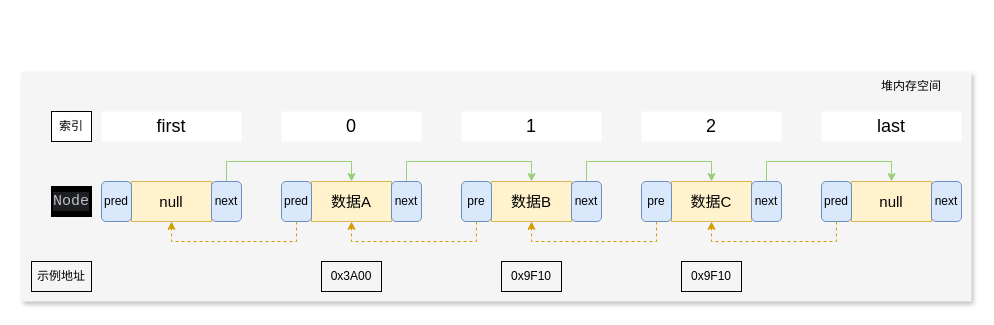
This is LinkedList-structure.drawio from qingyunlyp/resource, a draw.io file, before an edit. Source tidied: cells renumbered, new cells numbered last; positions are measured from the earlier drawing's top-left corner, leaving out a move shared by most shapes. Both pictures are drawn from the tidied source at 100%, with x=0, y=0 at pixel (21, 71).
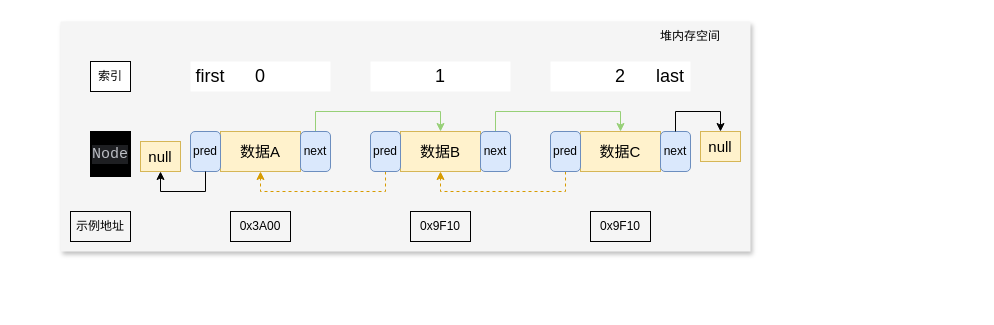
Above is the later version.

The change refers to these unchanged cells:
```xml
<mxCell id="8" value="&lt;font style=&quot;font-size: 15px;&quot;&gt;数据B&lt;/font&gt;" style="rounded=0;whiteSpace=wrap;html=1;fillColor=#fff2cc;strokeColor=#d6b656;" parent="7" vertex="1">
  <mxGeometry x="30" width="80" height="40" as="geometry" />
</mxCell>
<mxCell id="10" value="next" style="rounded=1;whiteSpace=wrap;html=1;fillColor=#dae8fc;strokeColor=#6c8ebf;" parent="7" vertex="1">
  <mxGeometry x="110" width="30" height="40" as="geometry" />
</mxCell>
<mxCell id="12" value="&lt;font style=&quot;font-size: 15px;&quot;&gt;数据A&lt;/font&gt;" style="rounded=0;whiteSpace=wrap;html=1;fillColor=#fff2cc;strokeColor=#d6b656;" parent="11" vertex="1">
  <mxGeometry x="30" width="80" height="40" as="geometry" />
</mxCell>
<mxCell id="13" value="pred" style="rounded=1;whiteSpace=wrap;html=1;fillColor=#dae8fc;strokeColor=#6c8ebf;" parent="11" vertex="1">
  <mxGeometry width="30" height="40" as="geometry" />
</mxCell>
<mxCell id="14" value="next" style="rounded=1;whiteSpace=wrap;html=1;fillColor=#dae8fc;strokeColor=#6c8ebf;" parent="11" vertex="1">
  <mxGeometry x="110" width="30" height="40" as="geometry" />
</mxCell>
<mxCell id="16" value="&lt;font style=&quot;font-size: 15px;&quot;&gt;数据C&lt;/font&gt;" style="rounded=0;whiteSpace=wrap;html=1;fillColor=#fff2cc;strokeColor=#d6b656;" parent="15" vertex="1">
  <mxGeometry x="30" width="80" height="40" as="geometry" />
</mxCell>
<mxCell id="18" value="next" style="rounded=1;whiteSpace=wrap;html=1;fillColor=#dae8fc;strokeColor=#6c8ebf;" parent="15" vertex="1">
  <mxGeometry x="110" width="30" height="40" as="geometry" />
</mxCell>
```

Diff of the diagram source:
```diff
@@
+    <mxCell id="43" style="group;" parent="1" vertex="1">
+      <mxGeometry x="39" y="-50" width="690" height="230" as="geometry" />
+    </mxCell>
-    <mxCell id="2" style="verticalLabelPosition=bottom;verticalAlign=top;html=1;shape=mxgraph.basic.rect;fillColor2=none;strokeWidth=1;size=20;indent=5;fillColor=#f5f5f5;shadow=1;strokeColor=none;fontColor=#333333;" parent="1" vertex="1">
-      <mxGeometry width="950" height="230" as="geometry" />
+    <mxCell id="2" style="verticalLabelPosition=bottom;verticalAlign=top;html=1;shape=mxgraph.basic.rect;fillColor2=none;strokeWidth=1;size=20;indent=5;fillColor=#f5f5f5;shadow=1;strokeColor=none;fontColor=#333333;" parent="43" vertex="1">
+      <mxGeometry width="690" height="230" as="geometry" />
     </mxCell>
-    <mxCell id="3" style="edgeStyle=orthogonalEdgeStyle;rounded=0;jettySize=auto;html=1;entryX=0.5;entryY=0;entryDx=0;entryDy=0;strokeColor=#97D077;exitX=0.5;exitY=0;exitDx=0;exitDy=0;" parent="1" edge="1" source="14" target="8">
+    <mxCell id="3" style="edgeStyle=orthogonalEdgeStyle;rounded=0;jettySize=auto;html=1;entryX=0.5;entryY=0;entryDx=0;entryDy=0;strokeColor=#97D077;exitX=0.5;exitY=0;exitDx=0;exitDy=0;" parent="43" edge="1" source="14" target="8">
       <mxGeometry relative="1" as="geometry" />
     </mxCell>
-    <mxCell id="4" style="edgeStyle=orthogonalEdgeStyle;rounded=0;jettySize=auto;html=1;entryX=0.5;entryY=1;entryDx=0;entryDy=0;strokeColor=#d79b00;dashed=1;exitX=0.5;exitY=1;exitDx=0;exitDy=0;fillColor=#ffe6cc;" parent="1" edge="1" source="9" target="12">
+    <mxCell id="4" style="edgeStyle=orthogonalEdgeStyle;rounded=0;jettySize=auto;html=1;entryX=0.5;entryY=1;entryDx=0;entryDy=0;strokeColor=#d79b00;dashed=1;exitX=0.5;exitY=1;exitDx=0;exitDy=0;fillColor=#ffe6cc;" parent="43" edge="1" source="9" target="12">
       <mxGeometry relative="1" as="geometry" />
     </mxCell>
-    <mxCell id="5" style="edgeStyle=orthogonalEdgeStyle;rounded=0;jettySize=auto;html=1;entryX=0.5;entryY=0;entryDx=0;entryDy=0;strokeColor=#97D077;exitX=0.5;exitY=0;exitDx=0;exitDy=0;" parent="1" edge="1" source="10" target="16">
+    <mxCell id="5" style="edgeStyle=orthogonalEdgeStyle;rounded=0;jettySize=auto;html=1;entryX=0.5;entryY=0;entryDx=0;entryDy=0;strokeColor=#97D077;exitX=0.5;exitY=0;exitDx=0;exitDy=0;" parent="43" edge="1" source="10" target="16">
       <mxGeometry relative="1" as="geometry" />
     </mxCell>
-    <mxCell id="6" style="edgeStyle=orthogonalEdgeStyle;rounded=0;jettySize=auto;html=1;entryX=0.5;entryY=1;entryDx=0;entryDy=0;strokeColor=#d79b00;dashed=1;exitX=0.5;exitY=1;exitDx=0;exitDy=0;fillColor=#ffe6cc;" parent="1" edge="1" source="17" target="8">
+    <mxCell id="6" style="edgeStyle=orthogonalEdgeStyle;rounded=0;jettySize=auto;html=1;entryX=0.5;entryY=1;entryDx=0;entryDy=0;strokeColor=#d79b00;dashed=1;exitX=0.5;exitY=1;exitDx=0;exitDy=0;fillColor=#ffe6cc;" parent="43" edge="1" source="17" target="8">
       <mxGeometry relative="1" as="geometry">
         <Array as="points">
-          <mxPoint x="635" y="170" />
-          <mxPoint x="510" y="170" />
+          <mxPoint x="505" y="170" />
+          <mxPoint x="380" y="170" />
         </Array>
       </mxGeometry>
     </mxCell>
-    <mxCell id="7" style="group;fontSize=18;" parent="1" vertex="1">
-      <mxGeometry x="440" y="110" width="140" height="40" as="geometry" />
+    <mxCell id="7" style="group;fontSize=18;" parent="43" vertex="1">
+      <mxGeometry x="310" y="110" width="140" height="40" as="geometry" />
     </mxCell>
@@
-    <mxCell id="9" value="pre" style="rounded=1;whiteSpace=wrap;html=1;fillColor=#dae8fc;strokeColor=#6c8ebf;" parent="7" vertex="1">
+    <mxCell id="9" value="pred" style="rounded=1;whiteSpace=wrap;html=1;fillColor=#dae8fc;strokeColor=#6c8ebf;" parent="7" vertex="1">
       <mxGeometry width="30" height="40" as="geometry" />
     </mxCell>
@@
-    <mxCell id="11" style="group;fontSize=18;" parent="1" vertex="1">
-      <mxGeometry x="260" y="110" width="140" height="40" as="geometry" />
+    <mxCell id="11" style="group;fontSize=18;" parent="43" vertex="1">
+      <mxGeometry x="130" y="110" width="140" height="40" as="geometry" />
     </mxCell>
@@
-    <mxCell id="15" style="group;fontSize=18;" parent="1" vertex="1">
-      <mxGeometry x="620" y="110" width="140" height="40" as="geometry" />
+    <mxCell id="15" style="group;fontSize=18;" parent="43" vertex="1">
+      <mxGeometry x="490" y="110" width="140" height="40" as="geometry" />
     </mxCell>
@@
-    <mxCell id="17" value="pre" style="rounded=1;whiteSpace=wrap;html=1;fillColor=#dae8fc;strokeColor=#6c8ebf;" parent="15" vertex="1">
+    <mxCell id="17" value="pred" style="rounded=1;whiteSpace=wrap;html=1;fillColor=#dae8fc;strokeColor=#6c8ebf;" parent="15" vertex="1">
       <mxGeometry width="30" height="40" as="geometry" />
     </mxCell>
@@
-    <mxCell id="19" style="group;fontSize=18;" parent="1" vertex="1">
-      <mxGeometry x="80" y="110" width="140" height="40" as="geometry" />
-    </mxCell>
-    <mxCell id="20" value="&lt;font style=&quot;font-size: 15px;&quot;&gt;null&lt;/font&gt;" style="rounded=0;whiteSpace=wrap;html=1;fillColor=#fff2cc;strokeColor=#d6b656;" parent="19" vertex="1">
-      <mxGeometry x="30" width="80" height="40" as="geometry" />
-    </mxCell>
-    <mxCell id="21" value="pred" style="rounded=1;whiteSpace=wrap;html=1;fillColor=#dae8fc;strokeColor=#6c8ebf;" parent="19" vertex="1">
-      <mxGeometry width="30" height="40" as="geometry" />
-    </mxCell>
-    <mxCell id="22" value="next" style="rounded=1;whiteSpace=wrap;html=1;fillColor=#dae8fc;strokeColor=#6c8ebf;" parent="19" vertex="1">
-      <mxGeometry x="110" width="30" height="40" as="geometry" />
-    </mxCell>
-    <mxCell id="23" style="group;fontSize=18;" parent="1" vertex="1">
-      <mxGeometry x="800" y="110" width="140" height="40" as="geometry" />
-    </mxCell>
-    <mxCell id="24" value="&lt;font style=&quot;font-size: 15px;&quot;&gt;null&lt;/font&gt;" style="rounded=0;whiteSpace=wrap;html=1;fillColor=#fff2cc;strokeColor=#d6b656;" parent="23" vertex="1">
-      <mxGeometry x="30" width="80" height="40" as="geometry" />
-    </mxCell>
-    <mxCell id="25" value="pred" style="rounded=1;whiteSpace=wrap;html=1;fillColor=#dae8fc;strokeColor=#6c8ebf;" parent="23" vertex="1">
-      <mxGeometry width="30" height="40" as="geometry" />
-    </mxCell>
-    <mxCell id="26" value="next" style="rounded=1;whiteSpace=wrap;html=1;fillColor=#dae8fc;strokeColor=#6c8ebf;" parent="23" vertex="1">
-      <mxGeometry x="110" width="30" height="40" as="geometry" />
-    </mxCell>
-    <mxCell id="27" style="edgeStyle=orthogonalEdgeStyle;rounded=0;jettySize=auto;html=1;entryX=0.5;entryY=0;entryDx=0;entryDy=0;exitX=0.5;exitY=0;exitDx=0;exitDy=0;strokeColor=#97D077;" parent="1" edge="1" source="22" target="12">
-      <mxGeometry relative="1" as="geometry" />
-    </mxCell>
-    <mxCell id="28" style="edgeStyle=orthogonalEdgeStyle;rounded=0;jettySize=auto;html=1;entryX=0.5;entryY=1;entryDx=0;entryDy=0;exitX=0.5;exitY=1;exitDx=0;exitDy=0;strokeColor=#d79b00;dashed=1;fillColor=#ffe6cc;" parent="1" edge="1" source="13" target="20">
-      <mxGeometry relative="1" as="geometry" />
-    </mxCell>
-    <mxCell id="29" style="edgeStyle=orthogonalEdgeStyle;rounded=0;jettySize=auto;html=1;entryX=0.5;entryY=0;entryDx=0;entryDy=0;strokeColor=#97D077;" parent="1" edge="1" source="18" target="24">
+    <mxCell id="29" style="edgeStyle=orthogonalEdgeStyle;rounded=0;jettySize=auto;html=1;entryX=0.5;entryY=0;entryDx=0;entryDy=0;strokeColor=#000000;" parent="43" edge="1" source="18" target="24">
       <mxGeometry relative="1" as="geometry">
         <Array as="points">
-          <mxPoint x="745" y="90" />
-          <mxPoint x="870" y="90" />
+          <mxPoint x="615" y="90" />
+          <mxPoint x="660" y="90" />
         </Array>
       </mxGeometry>
     </mxCell>
-    <mxCell id="30" style="edgeStyle=orthogonalEdgeStyle;rounded=0;jettySize=auto;html=1;entryX=0.5;entryY=1;entryDx=0;entryDy=0;fillColor=#ffe6cc;strokeColor=#d79b00;dashed=1;" parent="1" edge="1" source="25" target="16">
-      <mxGeometry relative="1" as="geometry">
-        <Array as="points">
-          <mxPoint x="815" y="170" />
-          <mxPoint x="690" y="170" />
-        </Array>
-      </mxGeometry>
-    </mxCell>
-    <mxCell id="31" value="索引" style="rounded=0;whiteSpace=wrap;html=1;" parent="1" vertex="1">
+    <mxCell id="31" value="索引" style="rounded=0;whiteSpace=wrap;html=1;" parent="43" vertex="1">
       <mxGeometry x="30" y="40" width="40" height="30" as="geometry" />
     </mxCell>
-    <mxCell id="32" value="first" style="rounded=0;whiteSpace=wrap;html=1;strokeColor=none;fontSize=18;" parent="1" vertex="1">
-      <mxGeometry x="80" y="40" width="140" height="30" as="geometry" />
-    </mxCell>
-    <mxCell id="33" value="0" style="rounded=0;whiteSpace=wrap;html=1;strokeColor=none;fontSize=18;" parent="1" vertex="1">
-      <mxGeometry x="260" y="40" width="140" height="30" as="geometry" />
+    <mxCell id="33" value="0" style="rounded=0;whiteSpace=wrap;html=1;strokeColor=none;fontSize=18;" parent="43" vertex="1">
+      <mxGeometry x="130" y="40" width="140" height="30" as="geometry" />
     </mxCell>
-    <mxCell id="34" value="1" style="rounded=0;whiteSpace=wrap;html=1;strokeColor=none;fontSize=18;" parent="1" vertex="1">
-      <mxGeometry x="440" y="40" width="140" height="30" as="geometry" />
+    <mxCell id="34" value="1" style="rounded=0;whiteSpace=wrap;html=1;strokeColor=none;fontSize=18;" parent="43" vertex="1">
+      <mxGeometry x="310" y="40" width="140" height="30" as="geometry" />
     </mxCell>
-    <mxCell id="35" value="2" style="rounded=0;whiteSpace=wrap;html=1;strokeColor=none;fontSize=18;" parent="1" vertex="1">
-      <mxGeometry x="620" y="40" width="140" height="30" as="geometry" />
+    <mxCell id="35" value="2" style="rounded=0;whiteSpace=wrap;html=1;strokeColor=none;fontSize=18;" parent="43" vertex="1">
+      <mxGeometry x="490" y="40" width="140" height="30" as="geometry" />
     </mxCell>
-    <mxCell id="36" value="last" style="rounded=0;whiteSpace=wrap;html=1;strokeColor=none;fontSize=18;" parent="1" vertex="1">
-      <mxGeometry x="800" y="40" width="140" height="30" as="geometry" />
+    <mxCell id="36" value="last" style="rounded=0;whiteSpace=wrap;html=1;strokeColor=none;fontSize=18;fillColor=none;" parent="43" vertex="1">
+      <mxGeometry x="590" y="40" width="40" height="30" as="geometry" />
     </mxCell>
-    <mxCell id="37" value="&lt;div style=&quot;background-color:#1e1f22;color:#bcbec4&quot;&gt;&lt;pre style=&quot;font-family:'JetBrains Mono',monospace;font-size:11.3pt;&quot;&gt;Node&lt;/pre&gt;&lt;/div&gt;" style="rounded=0;whiteSpace=wrap;html=1;fillColor=#000000;" parent="1" vertex="1">
-      <mxGeometry x="30" y="115" width="40" height="30" as="geometry" />
+    <mxCell id="37" value="&lt;div style=&quot;background-color:#1e1f22;color:#bcbec4&quot;&gt;&lt;pre style=&quot;font-family:'JetBrains Mono',monospace;font-size:11.3pt;&quot;&gt;Node&lt;/pre&gt;&lt;/div&gt;" style="rounded=0;whiteSpace=wrap;html=1;fillColor=#000000;" parent="43" vertex="1">
+      <mxGeometry x="30" y="110" width="40" height="45" as="geometry" />
     </mxCell>
-    <mxCell id="38" value="示例地址" style="rounded=0;whiteSpace=wrap;html=1;fillColor=none;" parent="1" vertex="1">
+    <mxCell id="38" value="示例地址" style="rounded=0;whiteSpace=wrap;html=1;fillColor=none;" parent="43" vertex="1">
       <mxGeometry x="10" y="190" width="60" height="30" as="geometry" />
     </mxCell>
-    <mxCell id="39" value="0x3A00" style="rounded=0;whiteSpace=wrap;html=1;fillColor=none;" parent="1" vertex="1">
-      <mxGeometry x="300" y="190" width="60" height="30" as="geometry" />
+    <mxCell id="39" value="0x3A00" style="rounded=0;whiteSpace=wrap;html=1;fillColor=none;" parent="43" vertex="1">
+      <mxGeometry x="170" y="190" width="60" height="30" as="geometry" />
     </mxCell>
-    <mxCell id="40" value="0x9F10" style="rounded=0;whiteSpace=wrap;html=1;fillColor=none;" parent="1" vertex="1">
-      <mxGeometry x="480" y="190" width="60" height="30" as="geometry" />
+    <mxCell id="40" value="0x9F10" style="rounded=0;whiteSpace=wrap;html=1;fillColor=none;" parent="43" vertex="1">
+      <mxGeometry x="350" y="190" width="60" height="30" as="geometry" />
     </mxCell>
-    <mxCell id="41" value="0x9F10" style="rounded=0;whiteSpace=wrap;html=1;fillColor=none;" parent="1" vertex="1">
-      <mxGeometry x="660" y="190" width="60" height="30" as="geometry" />
+    <mxCell id="41" value="0x9F10" style="rounded=0;whiteSpace=wrap;html=1;fillColor=none;" parent="43" vertex="1">
+      <mxGeometry x="530" y="190" width="60" height="30" as="geometry" />
     </mxCell>
-    <mxCell id="42" value="堆内存空间" style="text;html=1;whiteSpace=wrap;strokeColor=none;fillColor=none;align=center;verticalAlign=middle;rounded=0;" parent="1" vertex="1">
-      <mxGeometry x="840" width="100" height="30" as="geometry" />
+    <mxCell id="42" value="堆内存空间" style="text;html=1;whiteSpace=wrap;strokeColor=none;fillColor=none;align=center;verticalAlign=middle;rounded=0;" parent="43" vertex="1">
+      <mxGeometry x="580" width="100" height="30" as="geometry" />
     </mxCell>
+    <mxCell id="20" value="&lt;font style=&quot;font-size: 15px;&quot;&gt;null&lt;/font&gt;" style="rounded=0;whiteSpace=wrap;html=1;fillColor=#fff2cc;strokeColor=#d6b656;" parent="43" vertex="1">
+      <mxGeometry x="80" y="120" width="40" height="30" as="geometry" />
+    </mxCell>
+    <mxCell id="28" style="edgeStyle=orthogonalEdgeStyle;rounded=0;jettySize=auto;html=1;entryX=0.5;entryY=1;entryDx=0;entryDy=0;exitX=0.5;exitY=1;exitDx=0;exitDy=0;" parent="43" edge="1" source="13" target="20">
+      <mxGeometry relative="1" as="geometry">
+        <Array as="points">
+          <mxPoint x="145" y="170" />
+          <mxPoint x="100" y="170" />
+        </Array>
+      </mxGeometry>
+    </mxCell>
+    <mxCell id="24" value="&lt;font style=&quot;font-size: 15px;&quot;&gt;null&lt;/font&gt;" style="rounded=0;whiteSpace=wrap;html=1;fillColor=#fff2cc;strokeColor=#d6b656;" parent="43" vertex="1">
+      <mxGeometry x="640" y="110" width="40" height="30" as="geometry" />
+    </mxCell>
+    <mxCell id="32" value="first" style="text;html=1;whiteSpace=wrap;strokeColor=none;fillColor=none;align=center;verticalAlign=middle;rounded=0;fontSize=18;" parent="43" vertex="1">
+      <mxGeometry x="130" y="40" width="40" height="30" as="geometry" />
+    </mxCell>
```
